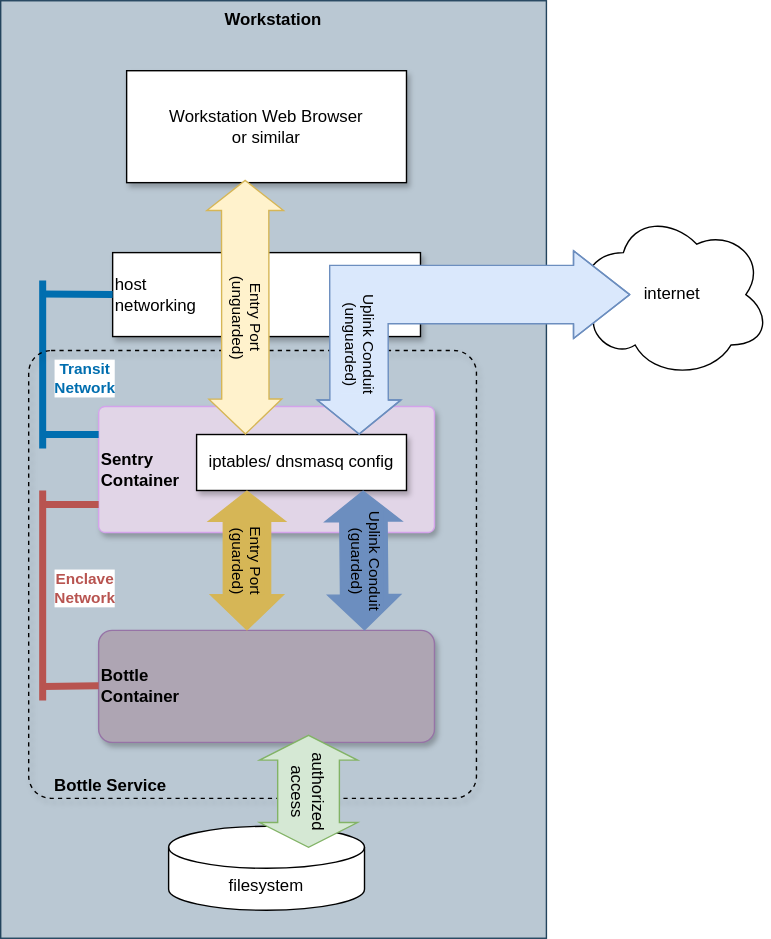
Above: rbm-abstract-drawio.svg in bhyslop/recipemuster (draw.io), before the change. Source tidied: cells renumbered, new cells last; positions are measured from the earlier drawing's top-left corner, leaving out a move shared by most shapes. Source of this version:
```xml
<mxGraphModel>
  <root>
    <mxCell id="0" />
    <mxCell id="1" parent="0" />
    <mxCell id="2" value="Workstation" style="whiteSpace=wrap;html=1;rounded=0;glass=0;shadow=0;arcSize=5;verticalAlign=top;fillColor=#bac8d3;strokeColor=#23445d;fontStyle=1;" parent="1" vertex="1">
      <mxGeometry width="390" height="670" as="geometry" />
    </mxCell>
    <mxCell id="3" value="Sentry&lt;div&gt;Container&lt;/div&gt;" style="whiteSpace=wrap;html=1;rounded=1;glass=0;shadow=1;arcSize=5;verticalAlign=middle;align=left;fillColor=#e1d5e7;strokeColor=#D4A3EB;fontStyle=1;" parent="1" vertex="1">
      <mxGeometry x="70" y="290" width="240" height="90" as="geometry" />
    </mxCell>
    <mxCell id="4" value="Bottle&lt;div&gt;Container&lt;/div&gt;" style="whiteSpace=wrap;html=1;rounded=1;glass=0;shadow=1;arcSize=12;align=left;verticalAlign=middle;fillColor=#AEA5B3;strokeColor=#9673a6;fontStyle=1;" parent="1" vertex="1">
      <mxGeometry x="70" y="450" width="240" height="80" as="geometry" />
    </mxCell>
    <mxCell id="5" value="Enclave&lt;div&gt;Network&lt;/div&gt;" style="edgeStyle=none;orthogonalLoop=1;jettySize=auto;html=1;rounded=0;endArrow=none;endFill=0;fillColor=#f8cecc;strokeColor=#b85450;strokeWidth=5;fontColor=#B85450;fontStyle=1;" parent="1" edge="1">
      <mxGeometry x="0.07" y="-30" relative="1" as="geometry">
        <mxPoint x="30" y="500" as="sourcePoint" />
        <mxPoint x="30" y="350" as="targetPoint" />
      </mxGeometry>
    </mxCell>
    <mxCell id="6" style="edgeStyle=none;orthogonalLoop=1;jettySize=auto;html=1;rounded=0;endArrow=none;endFill=0;entryX=0;entryY=0.75;entryDx=0;entryDy=0;fillColor=#f8cecc;strokeColor=#b85450;strokeWidth=5;" parent="1" edge="1">
      <mxGeometry relative="1" as="geometry">
        <mxPoint x="30" y="360" as="sourcePoint" />
        <mxPoint x="70" y="360" as="targetPoint" />
      </mxGeometry>
    </mxCell>
    <mxCell id="7" style="edgeStyle=none;orthogonalLoop=1;jettySize=auto;html=1;rounded=0;endArrow=none;endFill=0;entryX=0;entryY=0.5;entryDx=0;entryDy=0;fillColor=#f8cecc;strokeColor=#b85450;strokeWidth=5;" parent="1" edge="1">
      <mxGeometry relative="1" as="geometry">
        <mxPoint x="30" y="490" as="sourcePoint" />
        <mxPoint x="70" y="489.5" as="targetPoint" />
      </mxGeometry>
    </mxCell>
    <mxCell id="8" value="host&lt;div&gt;networking&lt;/div&gt;" style="whiteSpace=wrap;html=1;rounded=0;glass=0;shadow=1;arcSize=5;align=left;verticalAlign=middle;" parent="1" vertex="1">
      <mxGeometry x="80" y="180" width="220" height="60" as="geometry" />
    </mxCell>
    <mxCell id="9" style="edgeStyle=none;orthogonalLoop=1;jettySize=auto;html=1;rounded=0;endArrow=none;endFill=0;fillColor=#1ba1e2;strokeColor=#006EAF;strokeWidth=5;" parent="1" edge="1">
      <mxGeometry relative="1" as="geometry">
        <mxPoint x="30" y="310" as="sourcePoint" />
        <mxPoint x="70" y="310" as="targetPoint" />
      </mxGeometry>
    </mxCell>
    <mxCell id="10" value="Transit&lt;div&gt;Network&lt;/div&gt;" style="edgeStyle=none;orthogonalLoop=1;jettySize=auto;html=1;rounded=0;endArrow=none;endFill=0;fillColor=#1ba1e2;strokeColor=#006EAF;strokeWidth=5;fontColor=#006EAF;align=center;fontStyle=1;" parent="1" edge="1">
      <mxGeometry x="-0.17" y="-30" relative="1" as="geometry">
        <mxPoint x="30" y="320" as="sourcePoint" />
        <mxPoint x="30" y="200" as="targetPoint" />
      </mxGeometry>
    </mxCell>
    <mxCell id="11" value="Workstation Web Browser&lt;div&gt;or similar&lt;/div&gt;" style="whiteSpace=wrap;html=1;rounded=0;glass=0;shadow=1;arcSize=5;" parent="1" vertex="1">
      <mxGeometry x="90" y="50" width="200" height="80" as="geometry" />
    </mxCell>
    <mxCell id="12" style="edgeStyle=none;jettySize=auto;html=1;rounded=0;endArrow=none;endFill=0;entryX=1;entryY=0.5;entryDx=0;entryDy=0;exitX=0.103;exitY=0.501;exitDx=0;exitDy=0;exitPerimeter=0;fillColor=#fff2cc;strokeColor=#FFFF33;" parent="1" edge="1" source="17" target="8">
      <mxGeometry relative="1" as="geometry">
        <Array as="points">
          <mxPoint x="390" y="209" />
        </Array>
      </mxGeometry>
    </mxCell>
    <mxCell id="13" value="iptables/ dnsmasq config" style="whiteSpace=wrap;html=1;rounded=0;glass=0;shadow=1;arcSize=5;" parent="1" vertex="1">
      <mxGeometry x="140" y="310" width="150" height="40" as="geometry" />
    </mxCell>
    <mxCell id="14" style="edgeStyle=none;jettySize=auto;html=1;rounded=0;endArrow=none;endFill=0;fillColor=#1ba1e2;strokeColor=#006EAF;strokeWidth=5;entryX=0;entryY=0.5;entryDx=0;entryDy=0;" parent="1" edge="1" target="8">
      <mxGeometry relative="1" as="geometry">
        <mxPoint x="30" y="209.6" as="sourcePoint" />
      </mxGeometry>
    </mxCell>
    <mxCell id="15" value="filesystem" style="shape=cylinder3;whiteSpace=wrap;html=1;boundedLbl=1;backgroundOutline=1;size=15;" parent="1" vertex="1">
      <mxGeometry x="120" y="590" width="140" height="60" as="geometry" />
    </mxCell>
    <mxCell id="16" value="Entry Port&lt;div&gt;(guarded)&lt;/div&gt;" style="shape=flexArrow;endArrow=classic;startArrow=classic;html=1;rounded=0;width=33.80952380952381;endSize=7.9904761904761905;startSize=6.852380952380952;endWidth=17.24137931034483;textDirection=vertical-rl;fillColor=#D6B656;strokeColor=#d6b656;labelBackgroundColor=#D6B656;" parent="1" edge="1">
      <mxGeometry x="1" y="-1" relative="1" as="geometry">
        <mxPoint x="176" y="350" as="sourcePoint" />
        <mxPoint x="176" y="450" as="targetPoint" />
      </mxGeometry>
    </mxCell>
    <mxCell id="17" value="internet" style="ellipse;shape=cloud;whiteSpace=wrap;html=1;" parent="1" vertex="1">
      <mxGeometry x="410" y="150" width="140" height="120" as="geometry" />
    </mxCell>
    <mxCell id="18" value="Uplink Conduit&lt;div&gt;(guarded)&lt;/div&gt;" style="shape=flexArrow;endArrow=classic;startArrow=classic;html=1;rounded=0;width=33.80952380952381;endSize=7.9904761904761905;startSize=6.852380952380952;endWidth=17.24137931034483;textDirection=vertical-rl;fillColor=#6C8EBF;strokeColor=#6c8ebf;labelBackgroundColor=#6C8EBF;" parent="1" edge="1">
      <mxGeometry x="1" relative="1" as="geometry">
        <mxPoint x="259" y="350" as="sourcePoint" />
        <mxPoint x="260" y="450" as="targetPoint" />
      </mxGeometry>
    </mxCell>
    <mxCell id="19" value="&lt;b&gt;&amp;nbsp; &amp;nbsp; &amp;nbsp;Bottle Service&lt;/b&gt;" style="whiteSpace=wrap;html=1;rounded=1;glass=0;shadow=1;arcSize=5;fillColor=none;dashed=1;align=left;verticalAlign=bottom;" parent="1" vertex="1">
      <mxGeometry x="20" y="250" width="320" height="320" as="geometry" />
    </mxCell>
    <mxCell id="20" value="authorized&lt;div&gt;access&lt;/div&gt;" style="html=1;shadow=0;dashed=0;align=center;verticalAlign=middle;shape=mxgraph.arrows2.twoWayArrow;dy=0.37;dx=17.71;fillColor=#d5e8d4;strokeColor=#82b366;rotation=90;" parent="1" vertex="1">
      <mxGeometry x="180" y="530" width="80" height="70" as="geometry" />
    </mxCell>
    <mxCell id="21" value="Uplink Conduit&lt;div&gt;(unguarded)&lt;/div&gt;" style="shape=flexArrow;endArrow=classic;startArrow=classic;html=1;rounded=0;width=41.714285714285715;endSize=7.782857142857142;startSize=13.060606060606062;endWidth=17.24137931034483;textDirection=vertical-rl;fillColor=#dae8fc;strokeColor=#6c8ebf;labelBackgroundColor=#DAE8FC;entryX=0.738;entryY=0.188;entryDx=0;entryDy=0;entryPerimeter=0;exitX=0.286;exitY=0.5;exitDx=0;exitDy=0;exitPerimeter=0;" parent="1" edge="1" source="17" target="19">
      <mxGeometry x="0.89" relative="1" as="geometry">
        <Array as="points">
          <mxPoint x="256" y="210" />
        </Array>
      </mxGeometry>
    </mxCell>
    <mxCell id="22" value="Entry Port&lt;div&gt;(unguarded)&lt;/div&gt;" style="shape=flexArrow;endArrow=classic;startArrow=classic;html=1;rounded=0;width=33.80952380952381;endSize=7.9904761904761905;startSize=6.852380952380952;endWidth=17.24137931034483;textDirection=vertical-rl;exitX=0.281;exitY=0.973;exitDx=0;exitDy=0;exitPerimeter=0;fillColor=#fff2cc;strokeColor=#d6b656;labelBackgroundColor=#FFF2CC;entryX=0.484;entryY=0.188;entryDx=0;entryDy=0;entryPerimeter=0;" parent="1" edge="1" target="19">
      <mxGeometry x="0.62" relative="1" as="geometry">
        <mxPoint x="174.7" y="127.8" as="sourcePoint" />
      </mxGeometry>
    </mxCell>
  </root>
</mxGraphModel>
```
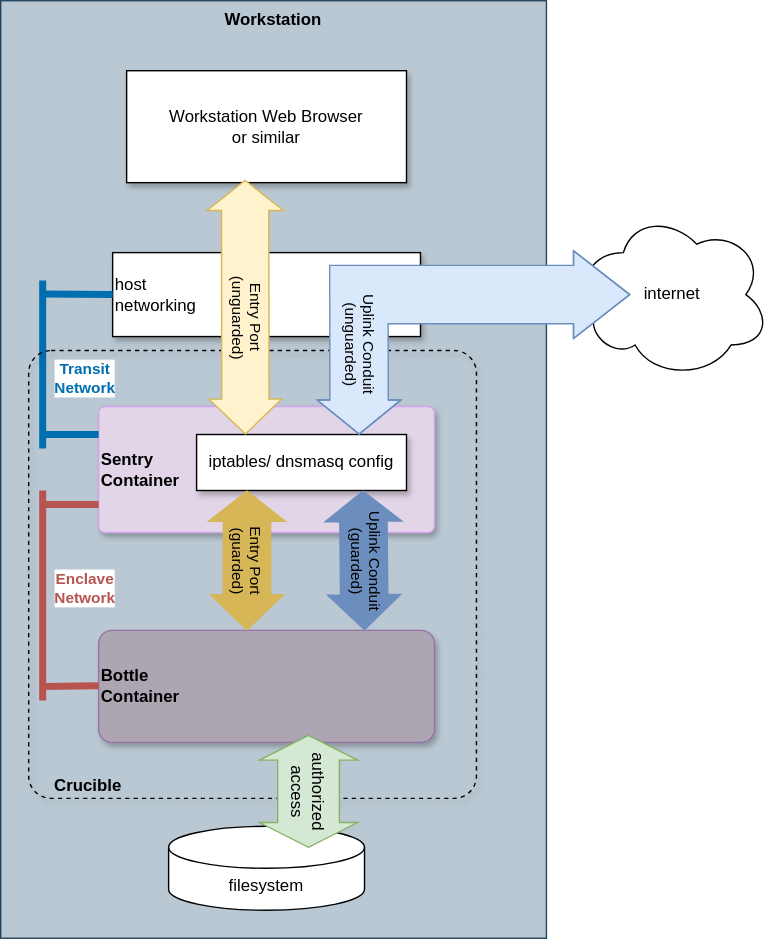
After the change.

The edit, as a diff of the source:
```diff
@@ -80,7 +80,7 @@
         <mxPoint x="260" y="450" as="targetPoint" />
       </mxGeometry>
     </mxCell>
-    <mxCell id="19" value="&lt;b&gt;&amp;nbsp; &amp;nbsp; &amp;nbsp;Bottle Service&lt;/b&gt;" style="whiteSpace=wrap;html=1;rounded=1;glass=0;shadow=1;arcSize=5;fillColor=none;dashed=1;align=left;verticalAlign=bottom;" parent="1" vertex="1">
+    <mxCell id="19" value="&lt;b&gt;&amp;nbsp; &amp;nbsp; &amp;nbsp;Crucible&lt;/b&gt;" style="whiteSpace=wrap;html=1;rounded=1;glass=0;shadow=1;arcSize=5;fillColor=none;dashed=1;align=left;verticalAlign=bottom;" parent="1" vertex="1">
       <mxGeometry x="20" y="250" width="320" height="320" as="geometry" />
     </mxCell>
     <mxCell id="20" value="authorized&lt;div&gt;access&lt;/div&gt;" style="html=1;shadow=0;dashed=0;align=center;verticalAlign=middle;shape=mxgraph.arrows2.twoWayArrow;dy=0.37;dx=17.71;fillColor=#d5e8d4;strokeColor=#82b366;rotation=90;" parent="1" vertex="1">
```
